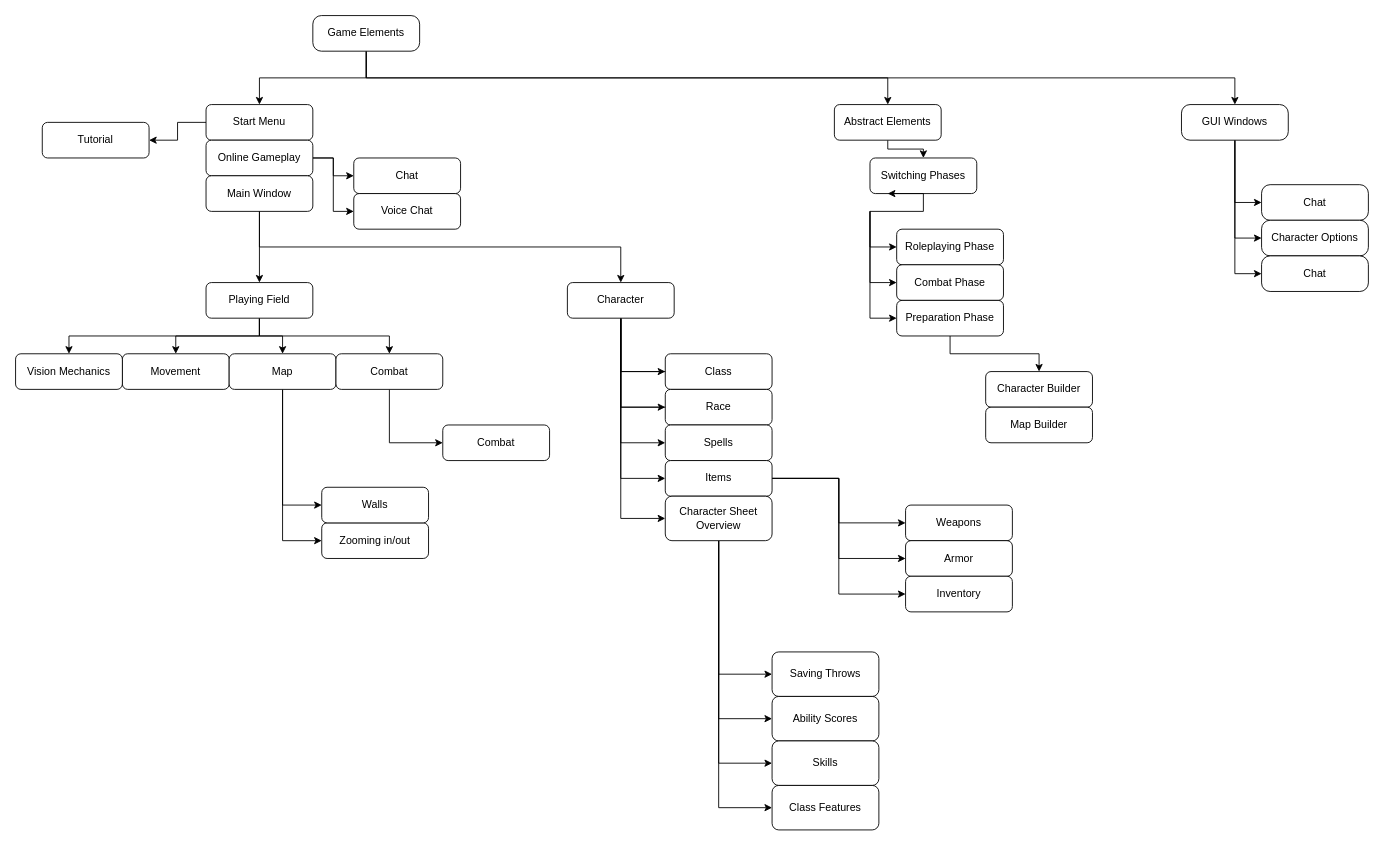
Above: Dependency graph.drawio in Nemijt03/Dnd-Simulator (draw.io), before the change. Source tidied: cells renumbered, new cells numbered last; positions are measured from the earlier drawing's top-left corner, leaving out a move shared by most shapes. Both pictures are drawn from the tidied source at 89%, with x=0, y=0 at pixel (15, 15).
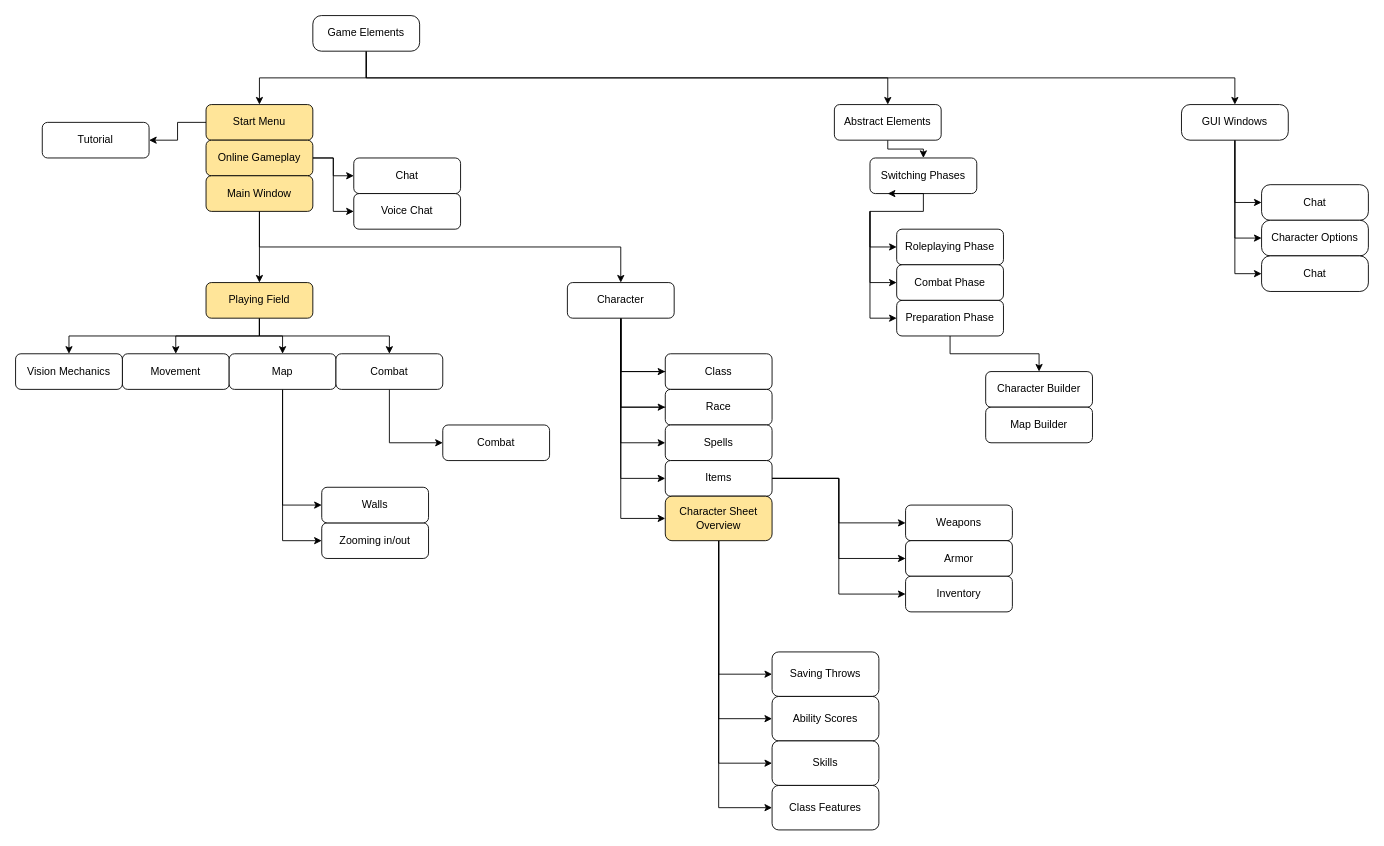
The same page after the edit.

The edit, as a diff of the source:
```diff
@@
-    <mxCell id="7" value="Start Menu" style="rounded=1;whiteSpace=wrap;html=1;" parent="1" vertex="1">
+    <mxCell id="7" value="Start Menu" style="rounded=1;whiteSpace=wrap;html=1;fillColor=#FFE599;" parent="1" vertex="1">
       <mxGeometry x="214" y="100" width="120" height="40" as="geometry" />
     </mxCell>
@@
-    <mxCell id="10" value="Online Gameplay" style="rounded=1;whiteSpace=wrap;html=1;" parent="1" vertex="1">
+    <mxCell id="10" value="Online Gameplay" style="rounded=1;whiteSpace=wrap;html=1;fillColor=#FFE599;" parent="1" vertex="1">
       <mxGeometry x="214" y="140" width="120" height="40" as="geometry" />
     </mxCell>
@@
-    <mxCell id="12" value="Main Window" style="rounded=1;whiteSpace=wrap;html=1;" parent="1" vertex="1">
+    <mxCell id="12" value="Main Window" style="rounded=1;whiteSpace=wrap;html=1;fillColor=#FFE599;" parent="1" vertex="1">
       <mxGeometry x="214" y="180" width="120" height="40" as="geometry" />
     </mxCell>
@@
-    <mxCell id="29" value="Playing Field" style="rounded=1;whiteSpace=wrap;html=1;" parent="1" vertex="1">
+    <mxCell id="29" value="Playing Field" style="rounded=1;whiteSpace=wrap;html=1;fillColor=#FFE599;" parent="1" vertex="1">
       <mxGeometry x="214" y="300" width="120" height="40" as="geometry" />
     </mxCell>
@@
-    <mxCell id="67" value="Character Sheet Overview" style="rounded=1;whiteSpace=wrap;html=1;" parent="1" vertex="1">
+    <mxCell id="67" value="Character Sheet Overview" style="rounded=1;whiteSpace=wrap;html=1;fillColor=#FFE599;" parent="1" vertex="1">
       <mxGeometry x="730" y="540" width="120" height="50" as="geometry" />
     </mxCell>
```
